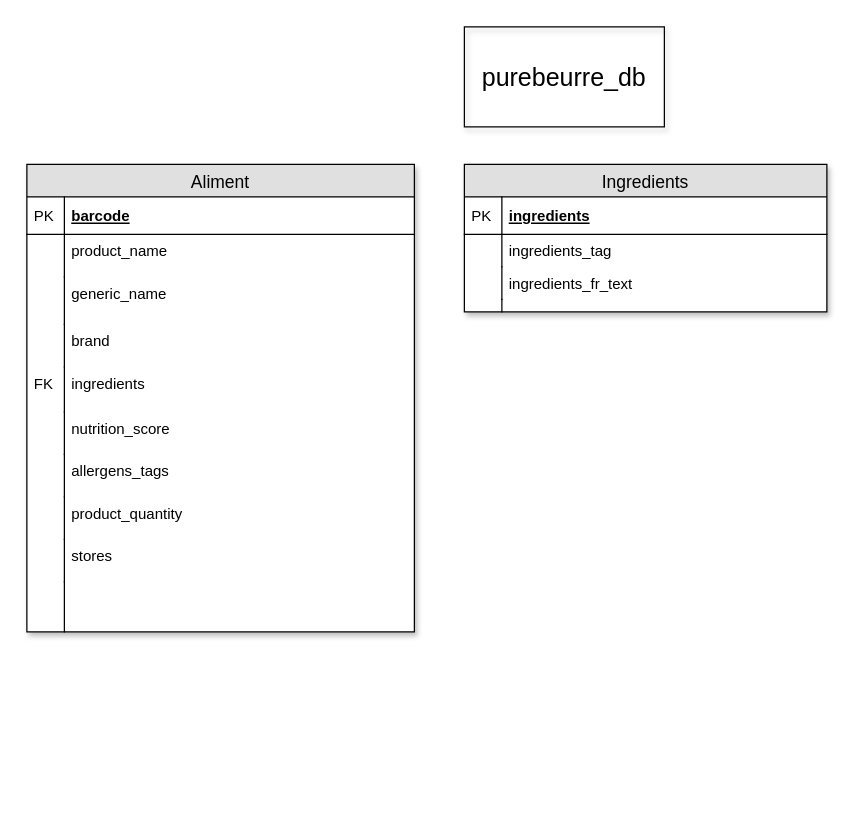
Earlier version of the draw.io diagram P5_OpenFoodFacts.drawio (StephenAOGOLO/P5_OpenFoodFacts). Source tidied: cells renumbered, new cells numbered last; positions are measured from the earlier drawing's top-left corner, leaving out a move shared by most shapes. Both pictures are drawn from the tidied source at 125%, with x=0, y=0 at pixel (26, 26).
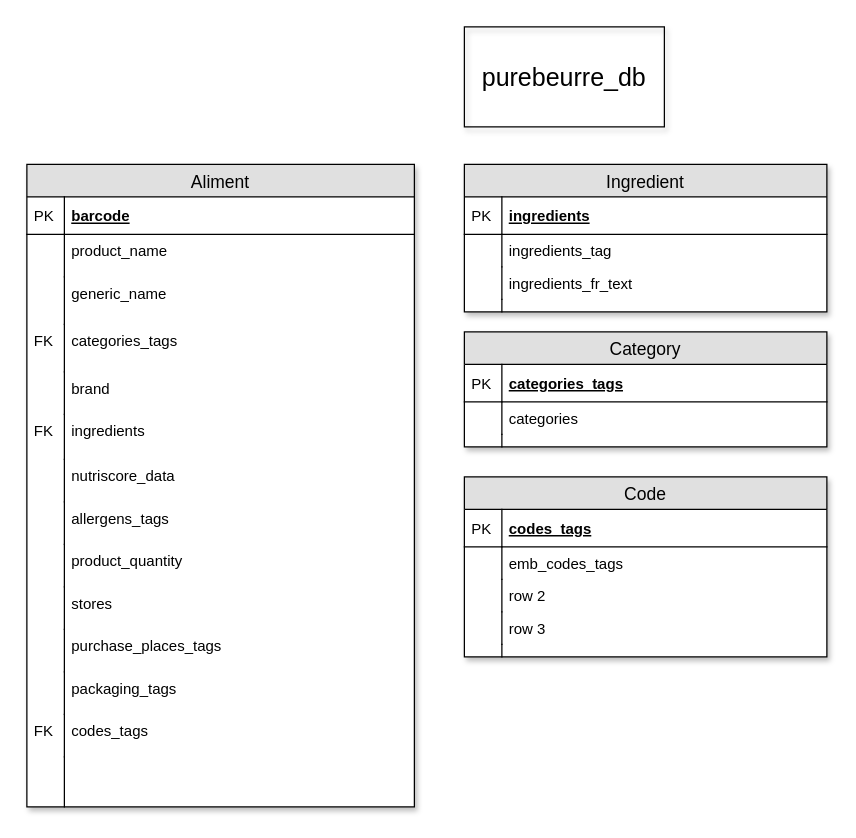
After the change.

The edit, as a diff of the source:
```diff
@@
     <mxCell id="3" value="Aliment" style="swimlane;fontStyle=0;horizontal=1;startSize=26;fillColor=#e0e0e0;swimlaneFillColor=#ffffff;align=center;fontSize=14;shadow=1;strokeColor=#000000;" parent="1" vertex="1">
-      <mxGeometry y="110" width="310" height="374" as="geometry" />
+      <mxGeometry y="110" width="310" height="514" as="geometry" />
     </mxCell>
@@
+    <mxCell id="33" value="categories_tags" style="shape=partialRectangle;top=0;left=0;right=0;bottom=0;align=left;verticalAlign=top;fillColor=none;spacingLeft=34;spacingRight=4;overflow=hidden;fontSize=12;" parent="3" vertex="1">
+      <mxGeometry y="128" width="310" height="38" as="geometry" />
+    </mxCell>
+    <mxCell id="34" value="FK" style="shape=partialRectangle;top=0;left=0;bottom=0;fillColor=none;align=left;verticalAlign=top;spacingLeft=4;spacingRight=4;overflow=hidden;fontSize=12;" parent="33" vertex="1">
+      <mxGeometry width="30" height="38" as="geometry" />
+    </mxCell>
     <mxCell id="10" value="brand" style="shape=partialRectangle;top=0;left=0;right=0;bottom=0;align=left;verticalAlign=top;fillColor=none;spacingLeft=34;spacingRight=4;overflow=hidden;fontSize=12;" parent="3" vertex="1">
-      <mxGeometry y="128" width="310" height="34" as="geometry" />
+      <mxGeometry y="166" width="310" height="34" as="geometry" />
     </mxCell>
@@
     <mxCell id="12" value="ingredients" style="shape=partialRectangle;top=0;left=0;right=0;bottom=0;align=left;verticalAlign=top;fillColor=none;spacingLeft=34;spacingRight=4;overflow=hidden;fontSize=12;" parent="3" vertex="1">
-      <mxGeometry y="162" width="310" height="36" as="geometry" />
+      <mxGeometry y="200" width="310" height="36" as="geometry" />
     </mxCell>
@@
-    <mxCell id="14" value="nutrition_score" style="shape=partialRectangle;top=0;left=0;right=0;bottom=0;align=left;verticalAlign=top;fillColor=none;spacingLeft=34;spacingRight=4;overflow=hidden;fontSize=12;" parent="3" vertex="1">
-      <mxGeometry y="198" width="310" height="34" as="geometry" />
+    <mxCell id="14" value="nutriscore_data" style="shape=partialRectangle;top=0;left=0;right=0;bottom=0;align=left;verticalAlign=top;fillColor=none;spacingLeft=34;spacingRight=4;overflow=hidden;fontSize=12;" parent="3" vertex="1">
+      <mxGeometry y="236" width="310" height="34" as="geometry" />
     </mxCell>
@@
     <mxCell id="16" value="allergens_tags" style="shape=partialRectangle;top=0;left=0;right=0;bottom=0;align=left;verticalAlign=top;fillColor=none;spacingLeft=34;spacingRight=4;overflow=hidden;fontSize=12;" parent="3" vertex="1">
-      <mxGeometry y="232" width="310" height="34" as="geometry" />
+      <mxGeometry y="270" width="310" height="34" as="geometry" />
     </mxCell>
@@
     <mxCell id="18" value="product_quantity" style="shape=partialRectangle;top=0;left=0;right=0;bottom=0;align=left;verticalAlign=top;fillColor=none;spacingLeft=34;spacingRight=4;overflow=hidden;fontSize=12;" parent="3" vertex="1">
-      <mxGeometry y="266" width="310" height="34" as="geometry" />
+      <mxGeometry y="304" width="310" height="34" as="geometry" />
     </mxCell>
@@
     <mxCell id="20" value="stores" style="shape=partialRectangle;top=0;left=0;right=0;bottom=0;align=left;verticalAlign=top;fillColor=none;spacingLeft=34;spacingRight=4;overflow=hidden;fontSize=12;" parent="3" vertex="1">
-      <mxGeometry y="300" width="310" height="34" as="geometry" />
+      <mxGeometry y="338" width="310" height="34" as="geometry" />
     </mxCell>
@@
+    <mxCell id="35" value="purchase_places_tags" style="shape=partialRectangle;top=0;left=0;right=0;bottom=0;align=left;verticalAlign=top;fillColor=none;spacingLeft=34;spacingRight=4;overflow=hidden;fontSize=12;" parent="3" vertex="1">
+      <mxGeometry y="372" width="310" height="34" as="geometry" />
+    </mxCell>
+    <mxCell id="36" style="shape=partialRectangle;top=0;left=0;bottom=0;fillColor=none;align=left;verticalAlign=top;spacingLeft=4;spacingRight=4;overflow=hidden;fontSize=12;" parent="35" vertex="1">
+      <mxGeometry width="30" height="34" as="geometry" />
+    </mxCell>
+    <mxCell id="37" value="packaging_tags" style="shape=partialRectangle;top=0;left=0;right=0;bottom=0;align=left;verticalAlign=top;fillColor=none;spacingLeft=34;spacingRight=4;overflow=hidden;fontSize=12;" parent="3" vertex="1">
+      <mxGeometry y="406" width="310" height="34" as="geometry" />
+    </mxCell>
+    <mxCell id="38" style="shape=partialRectangle;top=0;left=0;bottom=0;fillColor=none;align=left;verticalAlign=top;spacingLeft=4;spacingRight=4;overflow=hidden;fontSize=12;" parent="37" vertex="1">
+      <mxGeometry width="30" height="34" as="geometry" />
+    </mxCell>
+    <mxCell id="39" value="codes_tags" style="shape=partialRectangle;top=0;left=0;right=0;bottom=0;align=left;verticalAlign=top;fillColor=none;spacingLeft=34;spacingRight=4;overflow=hidden;fontSize=12;" parent="3" vertex="1">
+      <mxGeometry y="440" width="310" height="34" as="geometry" />
+    </mxCell>
+    <mxCell id="40" value="FK" style="shape=partialRectangle;top=0;left=0;bottom=0;fillColor=none;align=left;verticalAlign=top;spacingLeft=4;spacingRight=4;overflow=hidden;fontSize=12;" parent="39" vertex="1">
+      <mxGeometry width="30" height="34" as="geometry" />
+    </mxCell>
     <mxCell id="22" style="shape=partialRectangle;top=0;left=0;right=0;bottom=0;align=left;verticalAlign=top;fillColor=none;spacingLeft=34;spacingRight=4;overflow=hidden;fontSize=12;" parent="3" vertex="1">
-      <mxGeometry y="334" width="310" height="40" as="geometry" />
+      <mxGeometry y="474" width="310" height="40" as="geometry" />
     </mxCell>
@@
-    <mxCell id="24" value="Ingredients" style="swimlane;fontStyle=0;horizontal=1;startSize=26;fillColor=#e0e0e0;swimlaneFillColor=#ffffff;align=center;fontSize=14;shadow=1;strokeColor=#000000;" parent="1" vertex="1">
+    <mxCell id="24" value="Ingredient" style="swimlane;fontStyle=0;horizontal=1;startSize=26;fillColor=#e0e0e0;swimlaneFillColor=#ffffff;align=center;fontSize=14;shadow=1;strokeColor=#000000;" parent="1" vertex="1">
       <mxGeometry x="350" y="110" width="290" height="118" as="geometry" />
     </mxCell>
@@
+    <mxCell id="41" value="Category" style="swimlane;fontStyle=0;horizontal=1;startSize=26;fillColor=#e0e0e0;swimlaneFillColor=#ffffff;align=center;fontSize=14;shadow=1;strokeColor=#000000;" parent="1" vertex="1">
+      <mxGeometry x="350" y="244" width="290" height="92" as="geometry" />
+    </mxCell>
+    <mxCell id="42" value="categories_tags" style="shape=partialRectangle;top=0;left=0;right=0;bottom=1;align=left;verticalAlign=middle;fillColor=none;spacingLeft=34;spacingRight=4;overflow=hidden;fontStyle=5;fontSize=12;" parent="41" vertex="1">
+      <mxGeometry y="26" width="290" height="30" as="geometry" />
+    </mxCell>
+    <mxCell id="43" value="PK" style="shape=partialRectangle;top=0;left=0;bottom=0;fillColor=none;align=left;verticalAlign=middle;spacingLeft=4;spacingRight=4;overflow=hidden;fontSize=12;" parent="42" vertex="1">
+      <mxGeometry width="30" height="30" as="geometry" />
+    </mxCell>
+    <mxCell id="44" value="categories" style="shape=partialRectangle;top=0;left=0;right=0;bottom=0;align=left;verticalAlign=top;fillColor=none;spacingLeft=34;spacingRight=4;overflow=hidden;fontSize=12;" parent="41" vertex="1">
+      <mxGeometry y="56" width="290" height="26" as="geometry" />
+    </mxCell>
+    <mxCell id="45" style="shape=partialRectangle;top=0;left=0;bottom=0;fillColor=none;align=left;verticalAlign=top;spacingLeft=4;spacingRight=4;overflow=hidden;fontSize=12;" parent="44" vertex="1">
+      <mxGeometry width="30" height="26" as="geometry" />
+    </mxCell>
+    <mxCell id="46" style="shape=partialRectangle;top=0;left=0;right=0;bottom=0;align=left;verticalAlign=top;fillColor=none;spacingLeft=34;spacingRight=4;overflow=hidden;fontSize=12;" parent="41" vertex="1">
+      <mxGeometry y="82" width="290" height="10" as="geometry" />
+    </mxCell>
+    <mxCell id="47" style="shape=partialRectangle;top=0;left=0;bottom=0;fillColor=none;align=left;verticalAlign=top;spacingLeft=4;spacingRight=4;overflow=hidden;fontSize=12;" parent="46" vertex="1">
+      <mxGeometry width="30" height="10" as="geometry" />
+    </mxCell>
+    <mxCell id="48" value="Code" style="swimlane;fontStyle=0;horizontal=1;startSize=26;fillColor=#e0e0e0;swimlaneFillColor=#ffffff;align=center;fontSize=14;shadow=1;strokeColor=#000000;" parent="1" vertex="1">
+      <mxGeometry x="350" y="360" width="290" height="144" as="geometry" />
+    </mxCell>
+    <mxCell id="49" value="codes_tags" style="shape=partialRectangle;top=0;left=0;right=0;bottom=1;align=left;verticalAlign=middle;fillColor=none;spacingLeft=34;spacingRight=4;overflow=hidden;fontStyle=5;fontSize=12;" parent="48" vertex="1">
+      <mxGeometry y="26" width="290" height="30" as="geometry" />
+    </mxCell>
+    <mxCell id="50" value="PK" style="shape=partialRectangle;top=0;left=0;bottom=0;fillColor=none;align=left;verticalAlign=middle;spacingLeft=4;spacingRight=4;overflow=hidden;fontSize=12;" parent="49" vertex="1">
+      <mxGeometry width="30" height="30" as="geometry" />
+    </mxCell>
+    <mxCell id="51" value="emb_codes_tags" style="shape=partialRectangle;top=0;left=0;right=0;bottom=0;align=left;verticalAlign=top;fillColor=none;spacingLeft=34;spacingRight=4;overflow=hidden;fontSize=12;" parent="48" vertex="1">
+      <mxGeometry y="56" width="290" height="26" as="geometry" />
+    </mxCell>
+    <mxCell id="52" style="shape=partialRectangle;top=0;left=0;bottom=0;fillColor=none;align=left;verticalAlign=top;spacingLeft=4;spacingRight=4;overflow=hidden;fontSize=12;" parent="51" vertex="1">
+      <mxGeometry width="30" height="26" as="geometry" />
+    </mxCell>
+    <mxCell id="53" value="row 2" style="shape=partialRectangle;top=0;left=0;right=0;bottom=0;align=left;verticalAlign=top;fillColor=none;spacingLeft=34;spacingRight=4;overflow=hidden;fontSize=12;" parent="48" vertex="1">
+      <mxGeometry y="82" width="290" height="26" as="geometry" />
+    </mxCell>
+    <mxCell id="54" style="shape=partialRectangle;top=0;left=0;bottom=0;fillColor=none;align=left;verticalAlign=top;spacingLeft=4;spacingRight=4;overflow=hidden;fontSize=12;" parent="53" vertex="1">
+      <mxGeometry width="30" height="26" as="geometry" />
+    </mxCell>
+    <mxCell id="55" value="row 3" style="shape=partialRectangle;top=0;left=0;right=0;bottom=0;align=left;verticalAlign=top;fillColor=none;spacingLeft=34;spacingRight=4;overflow=hidden;fontSize=12;" parent="48" vertex="1">
+      <mxGeometry y="108" width="290" height="26" as="geometry" />
+    </mxCell>
+    <mxCell id="56" style="shape=partialRectangle;top=0;left=0;bottom=0;fillColor=none;align=left;verticalAlign=top;spacingLeft=4;spacingRight=4;overflow=hidden;fontSize=12;" parent="55" vertex="1">
+      <mxGeometry width="30" height="26" as="geometry" />
+    </mxCell>
+    <mxCell id="57" style="shape=partialRectangle;top=0;left=0;right=0;bottom=0;align=left;verticalAlign=top;fillColor=none;spacingLeft=34;spacingRight=4;overflow=hidden;fontSize=12;" parent="48" vertex="1">
+      <mxGeometry y="134" width="290" height="10" as="geometry" />
+    </mxCell>
+    <mxCell id="58" style="shape=partialRectangle;top=0;left=0;bottom=0;fillColor=none;align=left;verticalAlign=top;spacingLeft=4;spacingRight=4;overflow=hidden;fontSize=12;" parent="57" vertex="1">
+      <mxGeometry width="30" height="10" as="geometry" />
+    </mxCell>
```
